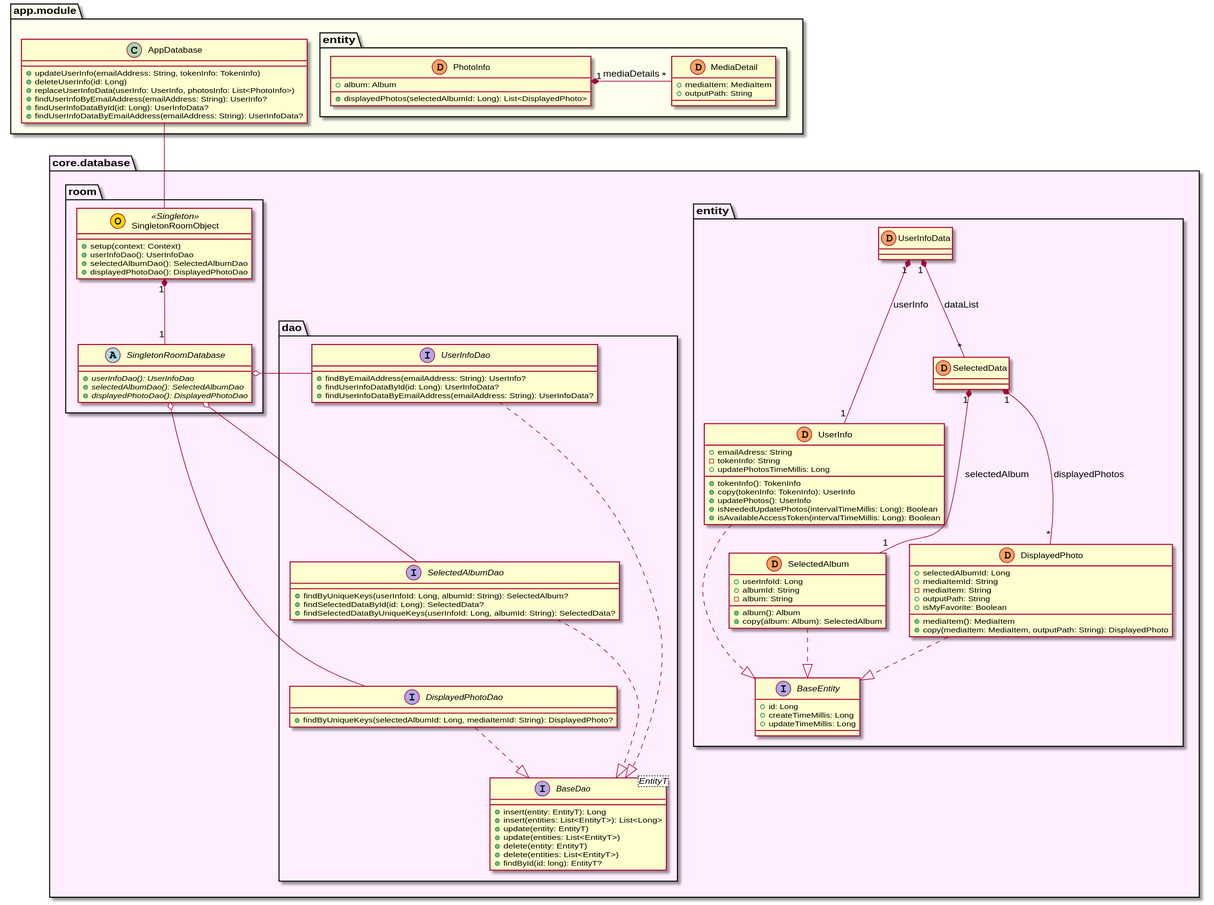
This is uml/database/class_diagram_database.svg from sallyluenoa/PhotoSlideShow, a PlantUML export, as it was before one commit.
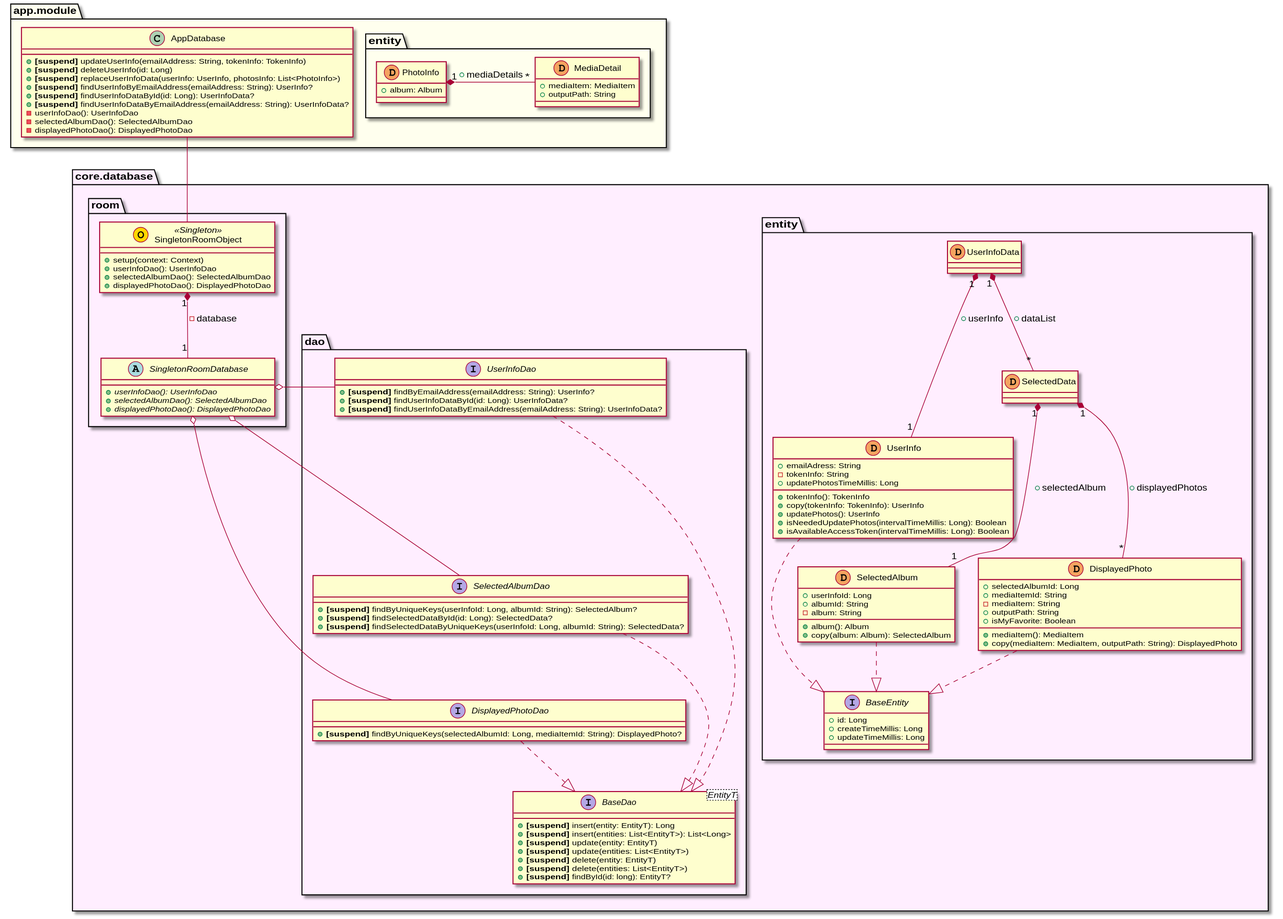
After the change.

Diff of the diagram source:
```diff
@@ -40,34 +40,34 @@
     SelectedAlbum ..|> BaseEntity
     DisplayedPhoto ..|> BaseEntity
 
-    UserInfoData "1" *-- "1" UserInfo: userInfo
-    UserInfoData "1" *-- "*" SelectedData: dataList
-    SelectedData "1" *-- "1" SelectedAlbum: selectedAlbum
-    SelectedData "1" *-- "*" DisplayedPhoto: displayedPhotos
+    UserInfoData "1" *-- "1" UserInfo: + userInfo
+    UserInfoData "1" *-- "*" SelectedData: + dataList
+    SelectedData "1" *-- "1" SelectedAlbum: + selectedAlbum
+    SelectedData "1" *-- "*" DisplayedPhoto: + displayedPhotos
   }
 
   namespace dao {
     interface BaseDao<EntityT> {
-      + insert(entity: EntityT): Long
-      + insert(entities: List<EntityT>): List<Long>
-      + update(entity: EntityT)
-      + update(entities: List<EntityT>)
-      + delete(entity: EntityT)
-      + delete(entities: List<EntityT>)
-      + findById(id: long): EntityT?
+      + <B>[suspend]</B> insert(entity: EntityT): Long
+      + <B>[suspend]</B> insert(entities: List<EntityT>): List<Long>
+      + <B>[suspend]</B> update(entity: EntityT)
+      + <B>[suspend]</B> update(entities: List<EntityT>)
+      + <B>[suspend]</B> delete(entity: EntityT)
+      + <B>[suspend]</B> delete(entities: List<EntityT>)
+      + <B>[suspend]</B> findById(id: long): EntityT?
     }
     interface UserInfoDao {
-      + findByEmailAddress(emailAddress: String): UserInfo?
-      + findUserInfoDataById(id: Long): UserInfoData?
-      + findUserInfoDataByEmailAddress(emailAddress: String): UserInfoData?
+      + <B>[suspend]</B> findByEmailAddress(emailAddress: String): UserInfo?
+      + <B>[suspend]</B> findUserInfoDataById(id: Long): UserInfoData?
+      + <B>[suspend]</B> findUserInfoDataByEmailAddress(emailAddress: String): UserInfoData?
     }
     interface SelectedAlbumDao {
-      + findByUniqueKeys(userInfoId: Long, albumId: String): SelectedAlbum?
-      + findSelectedDataById(id: Long): SelectedData?
-      + findSelectedDataByUniqueKeys(userInfoId: Long, albumId: String): SelectedData?
+      + <B>[suspend]</B> findByUniqueKeys(userInfoId: Long, albumId: String): SelectedAlbum?
+      + <B>[suspend]</B> findSelectedDataById(id: Long): SelectedData?
+      + <B>[suspend]</B> findSelectedDataByUniqueKeys(userInfoId: Long, albumId: String): SelectedData?
     }
     interface DisplayedPhotoDao {
-      + findByUniqueKeys(selectedAlbumId: Long, mediaItemId: String): DisplayedPhoto?
+      + <B>[suspend]</B> findByUniqueKeys(selectedAlbumId: Long, mediaItemId: String): DisplayedPhoto?
     }
 
     UserInfoDao ..|> BaseDao
@@ -91,7 +91,7 @@
       + {abstract} displayedPhotoDao(): DisplayedPhotoDao
     }
 
-    SingletonRoomObject "1" *-down- "1" SingletonRoomDatabase
+    SingletonRoomObject "1" *-down- "1" SingletonRoomDatabase: - database
   }
 }
 
@@ -100,24 +100,26 @@
   namespace entity {
     class PhotoInfo << (D, sandybrown) >> {
       + album: Album
-      + displayedPhotos(selectedAlbumId: Long): List<DisplayedPhoto>
     }
     class MediaDetail << (D, sandybrown) >> {
       + mediaItem: MediaItem
       + outputPath: String
     }
 
-    PhotoInfo "1" *-right- "*" MediaDetail: mediaDetails
+    PhotoInfo "1" *-right- "*" MediaDetail: + mediaDetails
   }
 
   class AppDatabase {
-    + updateUserInfo(emailAddress: String, tokenInfo: TokenInfo)
-    + deleteUserInfo(id: Long)
-    + replaceUserInfoData(userInfo: UserInfo, photosInfo: List<PhotoInfo>)
-    + findUserInfoByEmailAddress(emailAddress: String): UserInfo?
-    + findUserInfoDataById(id: Long): UserInfoData?
-    + findUserInfoDataByEmailAddress(emailAddress: String): UserInfoData?
-   }
+    + <B>[suspend]</B> updateUserInfo(emailAddress: String, tokenInfo: TokenInfo)
+    + <B>[suspend]</B> deleteUserInfo(id: Long)
+    + <B>[suspend]</B> replaceUserInfoData(userInfo: UserInfo, photosInfo: List<PhotoInfo>)
+    + <B>[suspend]</B> findUserInfoByEmailAddress(emailAddress: String): UserInfo?
+    + <B>[suspend]</B> findUserInfoDataById(id: Long): UserInfoData?
+    + <B>[suspend]</B> findUserInfoDataByEmailAddress(emailAddress: String): UserInfoData?
+    - userInfoDao(): UserInfoDao
+    - selectedAlbumDao(): SelectedAlbumDao
+    - displayedPhotoDao(): DisplayedPhotoDao
+  }
 }
 
 core.database.room.SingletonRoomDatabase o-right- core.database.dao.UserInfoDao
```
